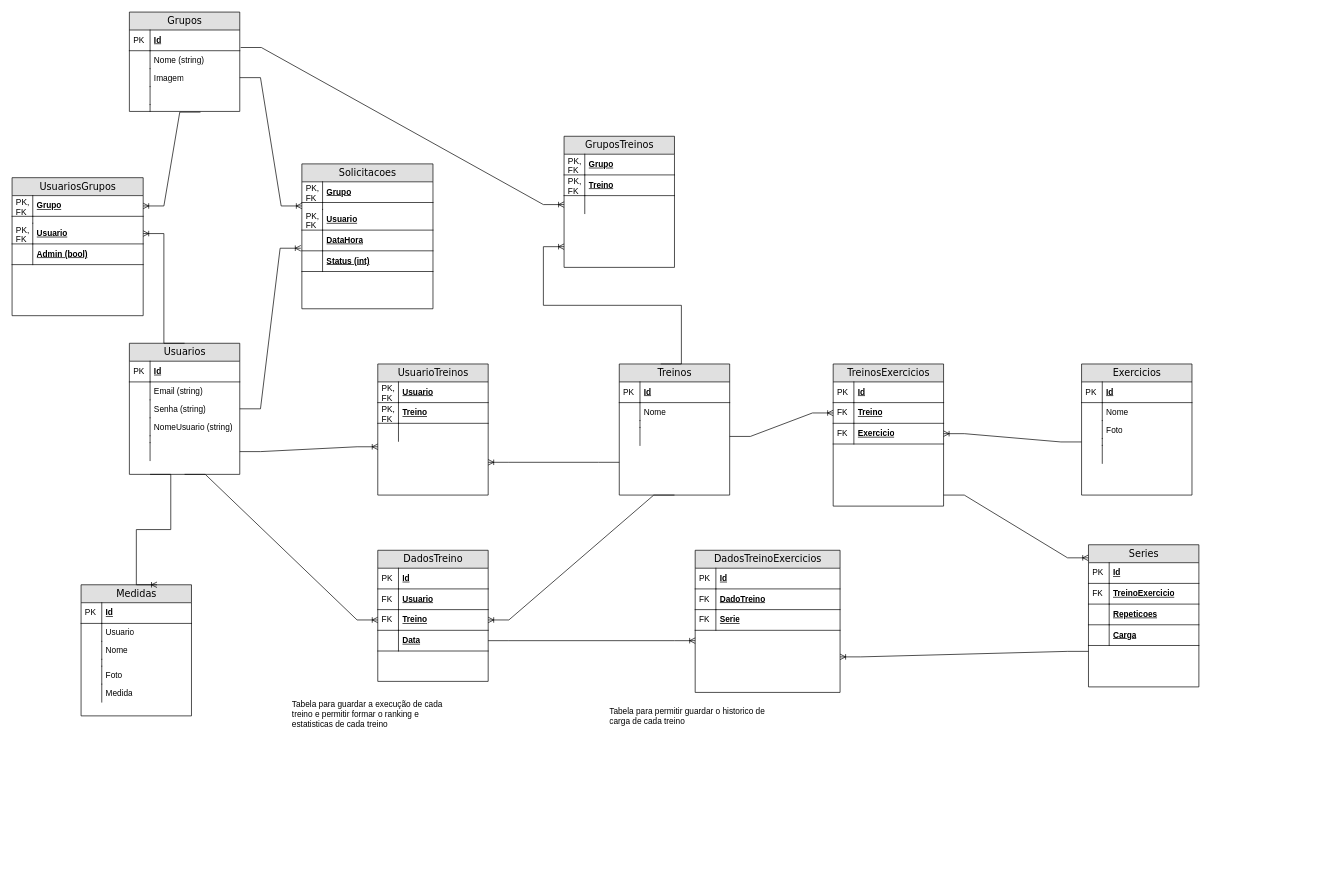
Antonio-Zago/AppTreinos keeps this draw.io diagram as DER.drawio. Above is the earlier version. Source tidied: cells renumbered, new cells numbered last; positions are measured from the earlier drawing's top-left corner, leaving out a move shared by most shapes. Both pictures are drawn from the tidied source at 69%, with x=0, y=0 at pixel (12, 12).
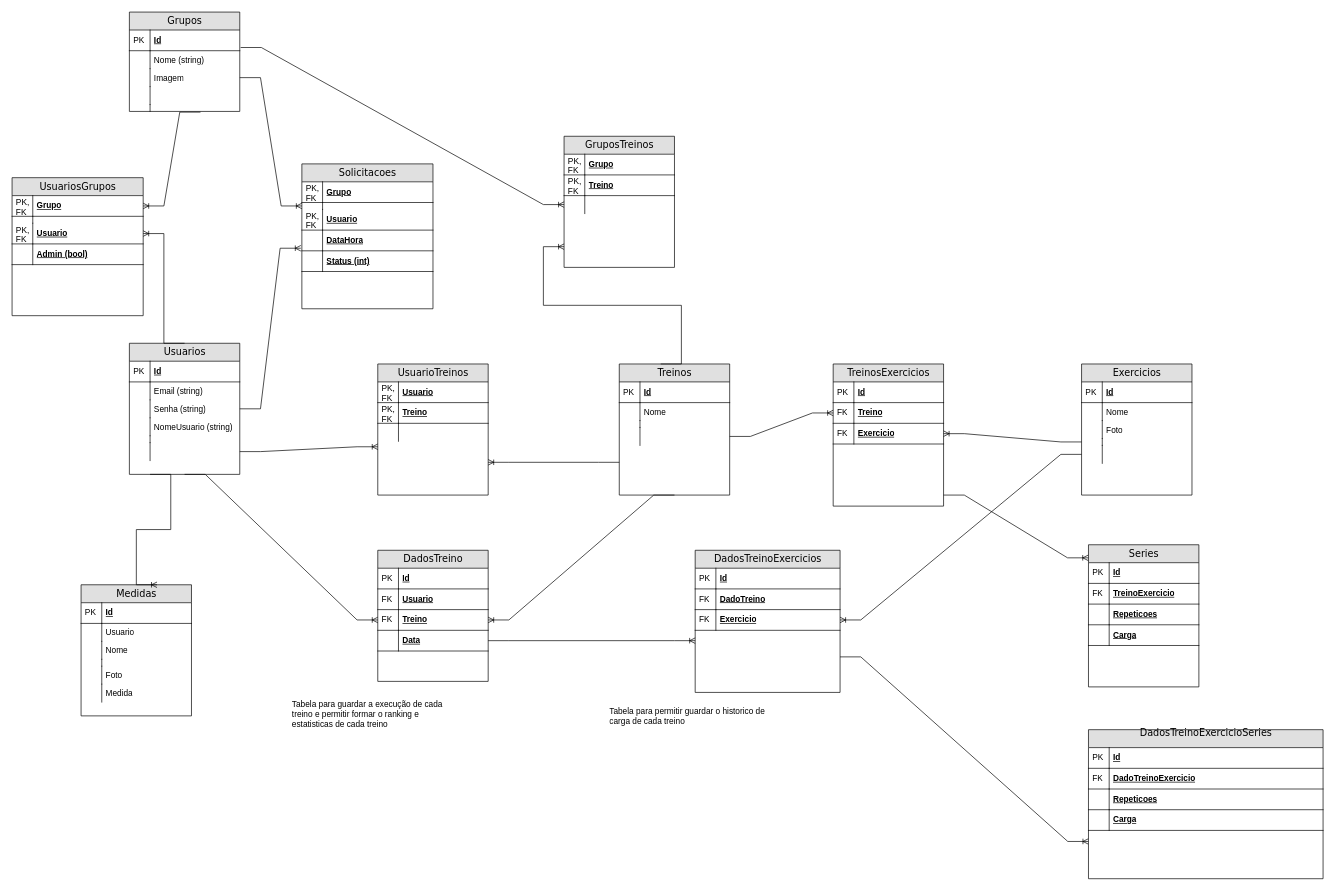
The same page after the edit.

Unchanged cells that the change refers to:
```xml
<mxCell id="68" style="shape=partialRectangle;top=0;left=0;right=0;bottom=0;html=1;align=left;verticalAlign=top;fillColor=none;spacingLeft=34;spacingRight=4;whiteSpace=wrap;overflow=hidden;points=[[0,0.5],[1,0.5]];portConstraint=eastwest;" parent="59" vertex="1">
  <mxGeometry y="118" width="160" height="26" as="geometry" />
</mxCell>
<mxCell id="100" value="DadosTreinoExercicios" style="swimlane;html=1;fontStyle=0;horizontal=1;startSize=26;fillColor=#e0e0e0;swimlaneFillColor=#ffffff;align=center;rounded=0;shadow=0;comic=0;labelBackgroundColor=none;strokeWidth=1;fontFamily=Verdana;fontSize=14;" parent="1" vertex="1">
  <mxGeometry x="990" y="780" width="210" height="206" as="geometry" />
</mxCell>
<mxCell id="132" value="Series" style="swimlane;html=1;fontStyle=0;horizontal=1;startSize=26;fillColor=#e0e0e0;swimlaneFillColor=#ffffff;align=center;rounded=0;shadow=0;comic=0;labelBackgroundColor=none;strokeWidth=1;fontFamily=Verdana;fontSize=14;" parent="1" vertex="1">
  <mxGeometry x="1560" y="772" width="160" height="206" as="geometry" />
</mxCell>
```

Change to the diagram source:
```diff
@@
-    <mxCell id="105" value="Serie" style="shape=partialRectangle;top=0;left=0;right=0;bottom=1;html=1;align=left;verticalAlign=middle;fillColor=none;spacingLeft=34;spacingRight=4;whiteSpace=wrap;overflow=hidden;points=[[0,0.5],[1,0.5]];portConstraint=eastwest;fontStyle=5;" parent="100" vertex="1">
+    <mxCell id="105" value="Exercicio" style="shape=partialRectangle;top=0;left=0;right=0;bottom=1;html=1;align=left;verticalAlign=middle;fillColor=none;spacingLeft=34;spacingRight=4;whiteSpace=wrap;overflow=hidden;points=[[0,0.5],[1,0.5]];portConstraint=eastwest;fontStyle=5;" parent="100" vertex="1">
       <mxGeometry y="86" width="210" height="30" as="geometry" />
     </mxCell>
@@
-    <mxCell id="142" style="edgeStyle=entityRelationEdgeStyle;fontSize=12;html=1;endArrow=ERoneToMany;rounded=0;exitX=0;exitY=0.75;exitDx=0;exitDy=0;entryX=1;entryY=0.75;entryDx=0;entryDy=0;" parent="1" edge="1" source="132" target="100">
-      <mxGeometry relative="1" as="geometry" />
+    <mxCell id="142" style="edgeStyle=entityRelationEdgeStyle;fontSize=12;html=1;endArrow=ERoneToMany;rounded=0;exitX=1;exitY=0.75;exitDx=0;exitDy=0;entryX=0;entryY=0.75;entryDx=0;entryDy=0;" parent="1" edge="1" source="100" target="143">
+      <mxGeometry relative="1" as="geometry">
+        <Array as="points">
+          <mxPoint x="1540" y="980" />
+        </Array>
+      </mxGeometry>
     </mxCell>
+    <mxCell id="143" value="DadosTreinoExercicioSeries&lt;div&gt;&lt;br&gt;&lt;/div&gt;" style="swimlane;html=1;fontStyle=0;horizontal=1;startSize=26;fillColor=#e0e0e0;swimlaneFillColor=#ffffff;align=center;rounded=0;shadow=0;comic=0;labelBackgroundColor=none;strokeWidth=1;fontFamily=Verdana;fontSize=14;" parent="1" vertex="1">
+      <mxGeometry x="1560" y="1040" width="340" height="216" as="geometry" />
+    </mxCell>
+    <mxCell id="144" value="Id" style="shape=partialRectangle;top=0;left=0;right=0;bottom=1;html=1;align=left;verticalAlign=middle;fillColor=none;spacingLeft=34;spacingRight=4;whiteSpace=wrap;overflow=hidden;fontStyle=5;" parent="143" vertex="1">
+      <mxGeometry y="26" width="340" height="30" as="geometry" />
+    </mxCell>
+    <mxCell id="145" value="PK" style="shape=partialRectangle;top=0;left=0;bottom=0;html=1;fillColor=none;align=left;verticalAlign=middle;spacingLeft=4;spacingRight=4;whiteSpace=wrap;overflow=hidden;" parent="144" vertex="1">
+      <mxGeometry width="30" height="30" as="geometry" />
+    </mxCell>
+    <mxCell id="146" value="DadoTreinoExercicio" style="shape=partialRectangle;top=0;left=0;right=0;bottom=1;html=1;align=left;verticalAlign=middle;fillColor=none;spacingLeft=34;spacingRight=4;whiteSpace=wrap;overflow=hidden;fontStyle=5;" parent="143" vertex="1">
+      <mxGeometry y="56" width="340" height="30" as="geometry" />
+    </mxCell>
+    <mxCell id="147" value="FK" style="shape=partialRectangle;top=0;left=0;bottom=0;html=1;fillColor=none;align=left;verticalAlign=middle;spacingLeft=4;spacingRight=4;whiteSpace=wrap;overflow=hidden;" parent="146" vertex="1">
+      <mxGeometry width="30" height="30" as="geometry" />
+    </mxCell>
+    <mxCell id="148" value="Repeticoes" style="shape=partialRectangle;top=0;left=0;right=0;bottom=1;html=1;align=left;verticalAlign=middle;fillColor=none;spacingLeft=34;spacingRight=4;whiteSpace=wrap;overflow=hidden;fontStyle=5;" parent="143" vertex="1">
+      <mxGeometry y="86" width="340" height="30" as="geometry" />
+    </mxCell>
+    <mxCell id="149" style="shape=partialRectangle;top=0;left=0;bottom=0;html=1;fillColor=none;align=left;verticalAlign=middle;spacingLeft=4;spacingRight=4;whiteSpace=wrap;overflow=hidden;" parent="148" vertex="1">
+      <mxGeometry width="30" height="30" as="geometry" />
+    </mxCell>
+    <mxCell id="150" value="Carga" style="shape=partialRectangle;top=0;left=0;right=0;bottom=1;html=1;align=left;verticalAlign=middle;fillColor=none;spacingLeft=34;spacingRight=4;whiteSpace=wrap;overflow=hidden;fontStyle=5;" parent="143" vertex="1">
+      <mxGeometry y="116" width="340" height="30" as="geometry" />
+    </mxCell>
+    <mxCell id="151" style="shape=partialRectangle;top=0;left=0;bottom=0;html=1;fillColor=none;align=left;verticalAlign=middle;spacingLeft=4;spacingRight=4;whiteSpace=wrap;overflow=hidden;" parent="150" vertex="1">
+      <mxGeometry width="30" height="30" as="geometry" />
+    </mxCell>
+    <mxCell id="152" style="edgeStyle=entityRelationEdgeStyle;fontSize=12;html=1;endArrow=ERoneToMany;rounded=0;exitX=0;exitY=0.5;exitDx=0;exitDy=0;entryX=1;entryY=0.5;entryDx=0;entryDy=0;" parent="1" edge="1" source="68" target="105">
+      <mxGeometry relative="1" as="geometry">
+        <Array as="points">
+          <mxPoint x="1350" y="1004" />
+        </Array>
+      </mxGeometry>
+    </mxCell>
```
